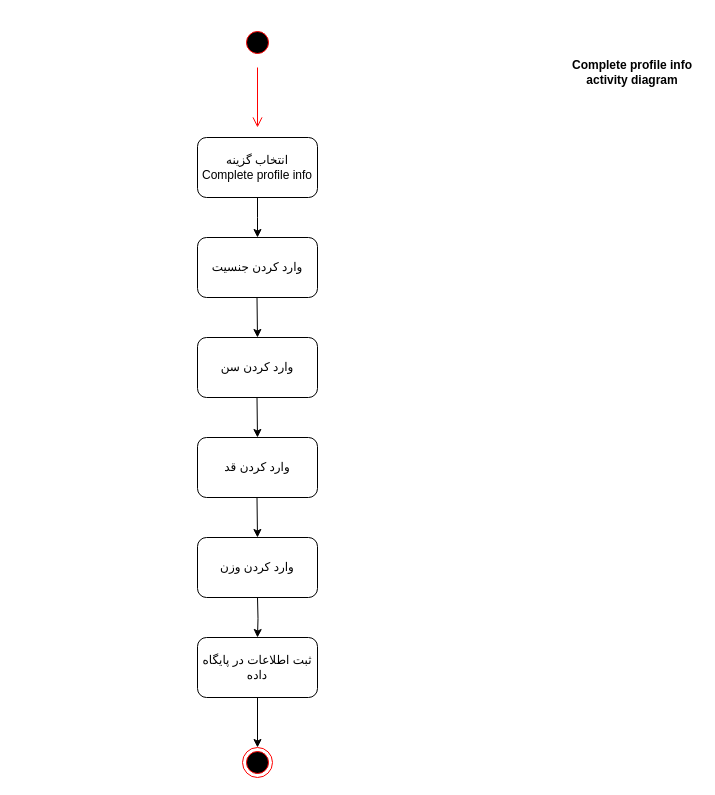
This is Docs./ActivityDiagram-CompProfile.drawio from ShadiMe-flutter/Workout, a draw.io file, before an edit. Source tidied: cells renumbered, new cells numbered last; positions are measured from the earlier drawing's top-left corner, leaving out a move shared by most shapes. Both pictures are drawn from the tidied source at 100%, with x=0, y=0 at pixel (197, 27).
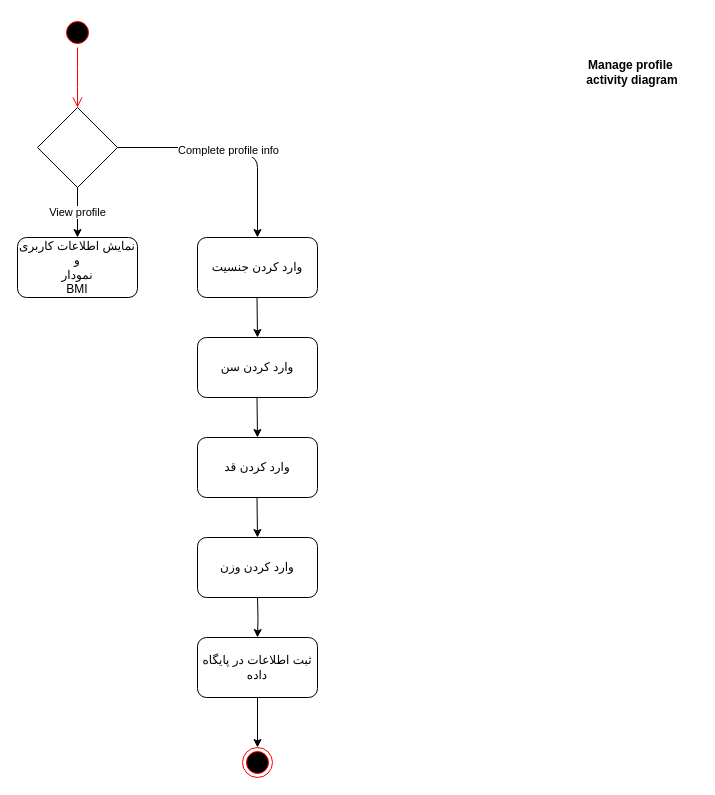
Above is the later version.

Unchanged cells that the change refers to:
```xml
<mxCell id="9" value="وارد کردن جنسیت" style="rounded=1;whiteSpace=wrap;html=1;" parent="1" vertex="1">
  <mxGeometry y="210" width="120" height="60" as="geometry" />
</mxCell>
```

Diff of the diagram source:
```diff
@@
-    <mxCell id="2" style="ellipse;html=1;shape=startState;fillColor=#000000;strokeColor=#ff0000;" parent="1" vertex="1">
-      <mxGeometry x="45" width="30" height="30" as="geometry" />
-    </mxCell>
-    <mxCell id="3" style="edgeStyle=orthogonalEdgeStyle;html=1;verticalAlign=bottom;endArrow=open;endSize=8;strokeColor=#ff0000;" parent="1" edge="1">
-      <mxGeometry relative="1" as="geometry">
-        <mxPoint x="60" y="40" as="sourcePoint" />
-        <mxPoint x="60" y="100" as="targetPoint" />
-      </mxGeometry>
-    </mxCell>
-    <mxCell id="4" style="edgeStyle=orthogonalEdgeStyle;rounded=0;jettySize=auto;html=1;" parent="1" edge="1" source="5">
-      <mxGeometry relative="1" as="geometry">
-        <mxPoint x="60" y="210" as="targetPoint" />
-      </mxGeometry>
-    </mxCell>
-    <mxCell id="5" value="&lt;div&gt;انتخاب گزینه&lt;/div&gt;&lt;div&gt; Complete profile info&lt;/div&gt;" style="rounded=1;whiteSpace=wrap;html=1;" parent="1" vertex="1">
-      <mxGeometry y="110" width="120" height="60" as="geometry" />
-    </mxCell>
@@
-    <mxCell id="8" value="&lt;b&gt;Complete profile info activity diagram&lt;/b&gt;" style="text;html=1;strokeColor=none;fillColor=none;align=center;verticalAlign=middle;whiteSpace=wrap;rounded=0;" parent="1" vertex="1">
+    <mxCell id="8" value="&lt;b&gt;Manage profile&amp;nbsp; activity diagram&lt;/b&gt;" style="text;html=1;strokeColor=none;fillColor=none;align=center;verticalAlign=middle;whiteSpace=wrap;rounded=0;" parent="1" vertex="1">
       <mxGeometry x="370" y="40" width="130" height="10" as="geometry" />
     </mxCell>
@@
+    <mxCell id="18" style="ellipse;html=1;shape=startState;fillColor=#000000;strokeColor=#ff0000;" parent="1" vertex="1">
+      <mxGeometry x="-135" y="-10" width="30" height="30" as="geometry" />
+    </mxCell>
+    <mxCell id="19" style="edgeStyle=orthogonalEdgeStyle;html=1;verticalAlign=bottom;endArrow=open;endSize=8;strokeColor=#ff0000;" parent="1" edge="1" source="18">
+      <mxGeometry relative="1" as="geometry">
+        <mxPoint x="-120" y="80" as="targetPoint" />
+      </mxGeometry>
+    </mxCell>
+    <mxCell id="20" style="rhombus;whiteSpace=wrap;html=1;" parent="1" vertex="1">
+      <mxGeometry x="-160" y="80" width="80" height="80" as="geometry" />
+    </mxCell>
+    <mxCell id="21" value="View profile" style="endArrow=classic;html=1;exitX=0.5;exitY=1;exitDx=0;exitDy=0;" parent="1" edge="1" source="20">
+      <mxGeometry relative="1" as="geometry">
+        <mxPoint x="-120" y="210" as="targetPoint" />
+      </mxGeometry>
+    </mxCell>
+    <mxCell id="22" value="Complete profile info" style="endArrow=classic;html=1;exitX=1;exitY=0.5;exitDx=0;exitDy=0;entryX=0.5;entryY=0;entryDx=0;entryDy=0;" parent="1" edge="1" source="20" target="9">
+      <mxGeometry relative="1" as="geometry">
+        <Array as="points">
+          <mxPoint x="15" y="120" />
+          <mxPoint x="60" y="130" />
+        </Array>
+      </mxGeometry>
+    </mxCell>
+    <mxCell id="23" value="&lt;div&gt;نمایش اطلاعات کاربری و &lt;br&gt;&lt;/div&gt;&lt;div&gt;نمودار&lt;/div&gt;&lt;div&gt;BMI&lt;br&gt;&lt;/div&gt;" style="rounded=1;whiteSpace=wrap;html=1;" parent="1" vertex="1">
+      <mxGeometry x="-180" y="210" width="120" height="60" as="geometry" />
+    </mxCell>
```
